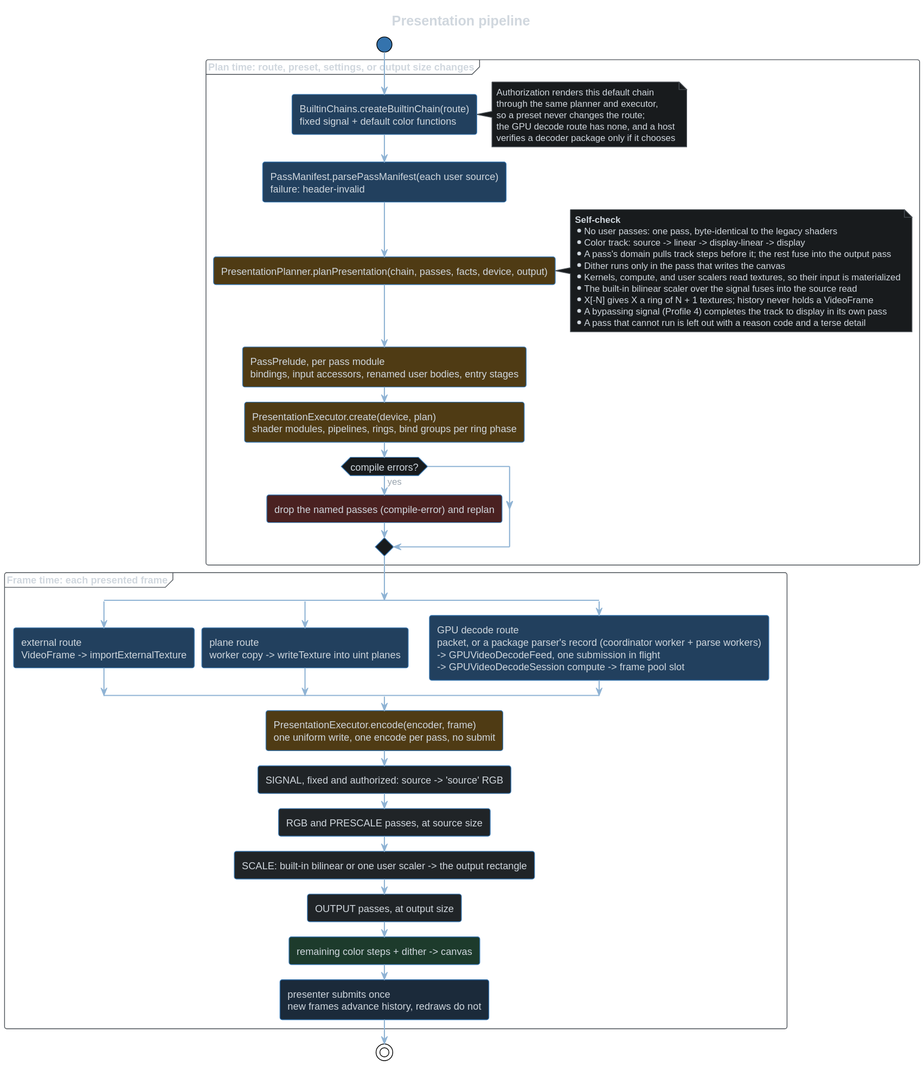
Above: docs/src/diagrams/presentation-pipeline.dark.svg in alchemyyy/WebGPU-Player (PlantUML), before the change.
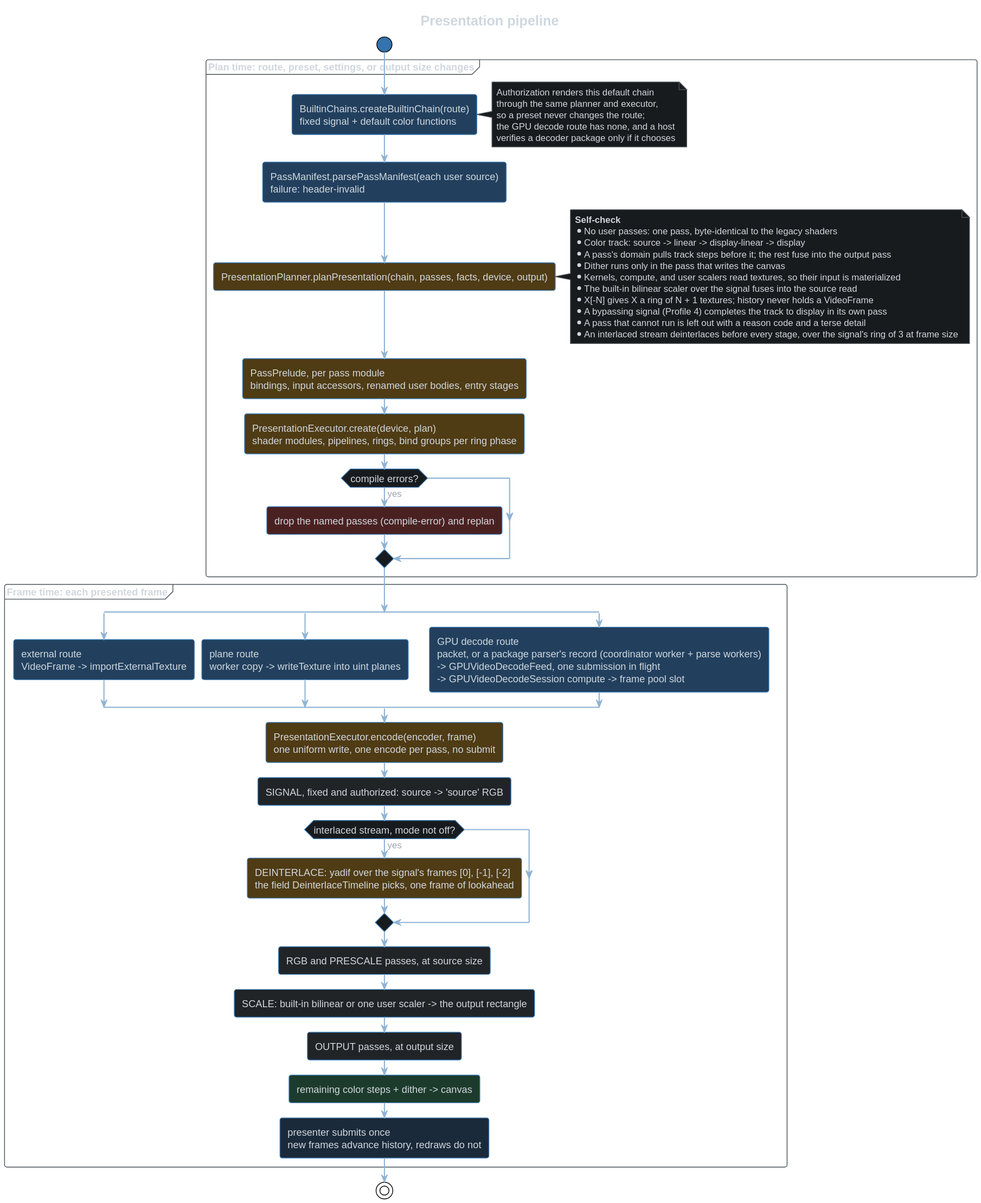
The same diagram one commit later.

Change to the diagram source:
```diff
@@ -28,6 +28,7 @@
         * X[-N] gives X a ring of N + 1 textures; history never holds a VideoFrame
         * A bypassing signal (Profile 4) completes the track to display in its own pass
         * A pass that cannot run is left out with a reason code and a terse detail
+        * An interlaced stream deinterlaces before every stage, over the signal's ring of 3 at frame size
     end note
     :PassPrelude, per pass module
     bindings, input accessors, renamed user bodies, entry stages; <<$HL_AMBER>>
@@ -54,6 +55,10 @@
     :PresentationExecutor.encode(encoder, frame)
     one uniform write, one encode per pass, no submit; <<$HL_AMBER>>
     :SIGNAL, fixed and authorized: source -> 'source' RGB;
+    if (interlaced stream, mode not off?) then (yes)
+        :DEINTERLACE: yadif over the signal's frames [0], [-1], [-2]
+        the field DeinterlaceTimeline picks, one frame of lookahead; <<$HL_AMBER>>
+    endif
     :RGB and PRESCALE passes, at source size;
     :SCALE: built-in bilinear or one user scaler -> the output rectangle;
     :OUTPUT passes, at output size;
```
